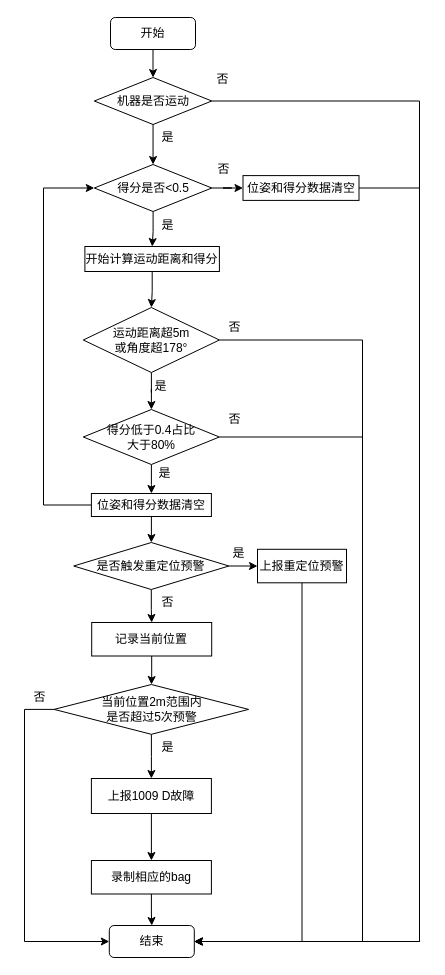
Earlier version of the draw.io diagram page "环境变化预警" (16 of 17) of localization.drawio (lyfa007/picgo). Source tidied: cells renumbered, new cells numbered last; positions are measured from the earlier drawing's top-left corner, leaving out a move shared by most shapes. Both pictures are drawn from the tidied source at 100%, with x=0, y=0 at pixel (24, 17).
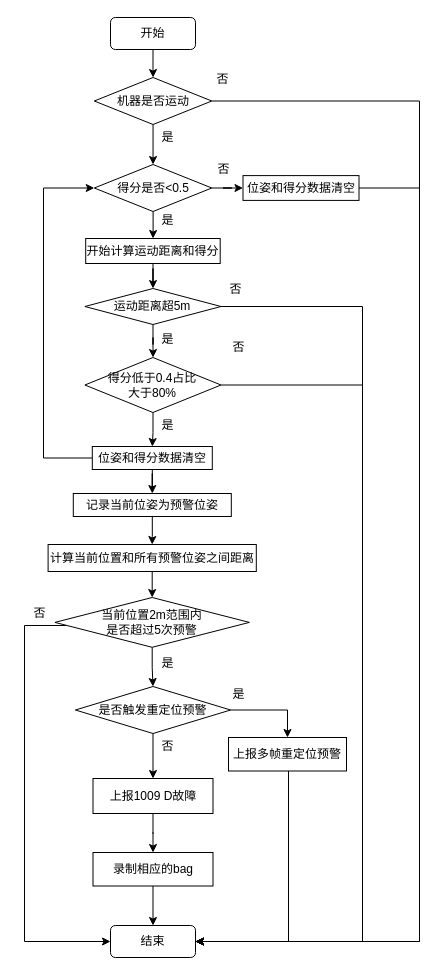
The same diagram, later.

Unchanged cells that the change refers to:
```xml
<mxCell id="15" value="得分是否&amp;lt;0.5" style="rhombus;whiteSpace=wrap;html=1;rounded=0;" parent="1" vertex="1">
  <mxGeometry x="69.8" y="147" width="117.5" height="47" as="geometry" />
</mxCell>
```

The edit, as a diff of the source:
```diff
@@
     <mxCell id="4" value="结束" style="rounded=1;whiteSpace=wrap;html=1;" parent="1" vertex="1">
-      <mxGeometry x="84.8" y="908" width="85" height="32" as="geometry" />
+      <mxGeometry x="86" y="908" width="85" height="32" as="geometry" />
     </mxCell>
@@
-    <mxCell id="10" value="记录当前位置" style="whiteSpace=wrap;html=1;rounded=0;" parent="1" vertex="1">
-      <mxGeometry x="67.2" y="605" width="120" height="33.5" as="geometry" />
+    <mxCell id="10" value="计算当前位置和所有预警位姿之间距离" style="whiteSpace=wrap;html=1;rounded=0;" parent="1" vertex="1">
+      <mxGeometry x="23.6" y="527" width="208.2" height="27" as="geometry" />
     </mxCell>
@@
     <mxCell id="12" value="录制相应的bag" style="whiteSpace=wrap;html=1;rounded=0;" parent="1" vertex="1">
-      <mxGeometry x="66.9" y="843" width="120" height="33.5" as="geometry" />
+      <mxGeometry x="68.5" y="835" width="120" height="33.5" as="geometry" />
     </mxCell>
@@
     <mxCell id="17" value="开始计算运动距离和得分" style="whiteSpace=wrap;html=1;rounded=0;" parent="1" vertex="1">
-      <mxGeometry x="60.4" y="229" width="134.5" height="25" as="geometry" />
+      <mxGeometry x="61.2" y="221" width="134.5" height="25" as="geometry" />
     </mxCell>
     <mxCell id="18" value="是" style="text;html=1;align=center;verticalAlign=middle;strokeColor=none;fillColor=none;" parent="1" vertex="1">
-      <mxGeometry x="128" y="195" width="30" height="26" as="geometry" />
+      <mxGeometry x="128" y="190" width="30" height="26" as="geometry" />
     </mxCell>
@@
+    <mxCell id="22" style="edgeStyle=orthogonalEdgeStyle;rounded=0;jettySize=auto;html=1;entryX=1;entryY=0.5;entryDx=0;entryDy=0;exitX=1;exitY=0.5;exitDx=0;exitDy=0;" parent="1" edge="1" source="23" target="4">
+      <mxGeometry relative="1" as="geometry">
+        <Array as="points">
+          <mxPoint x="338" y="289" />
+          <mxPoint x="338" y="924" />
+        </Array>
+      </mxGeometry>
+    </mxCell>
@@
-    <mxCell id="22" style="edgeStyle=orthogonalEdgeStyle;rounded=0;jettySize=auto;html=1;entryX=1;entryY=0.5;entryDx=0;entryDy=0;" parent="1" edge="1" source="23" target="4">
-      <mxGeometry relative="1" as="geometry">
-        <Array as="points">
-          <mxPoint x="338" y="323" />
-          <mxPoint x="338" y="924" />
-        </Array>
-      </mxGeometry>
-    </mxCell>
-    <mxCell id="23" value="运动距离超5m&lt;div&gt;或角度超178°&lt;/div&gt;" style="rhombus;whiteSpace=wrap;html=1;rounded=0;" parent="1" vertex="1">
-      <mxGeometry x="58.8" y="290" width="136.1" height="65" as="geometry" />
+    <mxCell id="23" value="运动距离超5m" style="rhombus;whiteSpace=wrap;html=1;rounded=0;" parent="1" vertex="1">
+      <mxGeometry x="60.4" y="271" width="136.1" height="36" as="geometry" />
     </mxCell>
-    <mxCell id="24" style="edgeStyle=orthogonalEdgeStyle;rounded=0;jettySize=auto;html=1;entryX=1;entryY=0.5;entryDx=0;entryDy=0;" parent="1" edge="1" source="26" target="4">
+    <mxCell id="24" style="edgeStyle=orthogonalEdgeStyle;rounded=0;jettySize=auto;html=1;entryX=1;entryY=0.5;entryDx=0;entryDy=0;exitX=1;exitY=0.5;exitDx=0;exitDy=0;" parent="1" edge="1" source="26" target="4">
       <mxGeometry relative="1" as="geometry">
         <Array as="points">
-          <mxPoint x="338" y="420" />
+          <mxPoint x="338" y="368" />
           <mxPoint x="338" y="924" />
         </Array>
       </mxGeometry>
     </mxCell>
@@
     <mxCell id="26" value="得分低于0.4占比&lt;div&gt;大于80%&lt;/div&gt;" style="rhombus;whiteSpace=wrap;html=1;rounded=0;" parent="1" vertex="1">
-      <mxGeometry x="58.8" y="392" width="136.1" height="55" as="geometry" />
+      <mxGeometry x="60.4" y="340" width="136.1" height="55" as="geometry" />
     </mxCell>
     <mxCell id="27" value="是" style="text;html=1;align=center;verticalAlign=middle;strokeColor=none;fillColor=none;" parent="1" vertex="1">
-      <mxGeometry x="121" y="356" width="30" height="26" as="geometry" />
+      <mxGeometry x="128" y="309" width="30" height="26" as="geometry" />
     </mxCell>
-    <mxCell id="28" style="edgeStyle=orthogonalEdgeStyle;rounded=0;jettySize=auto;html=1;entryX=0.5;entryY=0;entryDx=0;entryDy=0;" parent="1" edge="1" source="30" target="10">
-      <mxGeometry relative="1" as="geometry" />
-    </mxCell>
-    <mxCell id="29" style="edgeStyle=orthogonalEdgeStyle;rounded=0;jettySize=auto;html=1;" parent="1" edge="1" source="30" target="36">
+    <mxCell id="29" style="edgeStyle=orthogonalEdgeStyle;rounded=0;jettySize=auto;html=1;exitX=1;exitY=0.5;exitDx=0;exitDy=0;" parent="1" edge="1" source="30" target="36">
       <mxGeometry relative="1" as="geometry" />
     </mxCell>
+    <mxCell id="50" style="edgeStyle=orthogonalEdgeStyle;rounded=0;jettySize=auto;html=1;" parent="1" edge="1" source="30" target="47">
+      <mxGeometry relative="1" as="geometry" />
+    </mxCell>
     <mxCell id="30" value="是否触发重定位预警" style="rhombus;whiteSpace=wrap;html=1;rounded=0;" parent="1" vertex="1">
-      <mxGeometry x="49.2" y="525" width="155.2" height="47" as="geometry" />
+      <mxGeometry x="50.9" y="669" width="155.2" height="47" as="geometry" />
     </mxCell>
     <mxCell id="31" value="是" style="text;html=1;align=center;verticalAlign=middle;strokeColor=none;fillColor=none;" parent="1" vertex="1">
-      <mxGeometry x="125" y="443" width="30" height="26" as="geometry" />
+      <mxGeometry x="128" y="395" width="30" height="26" as="geometry" />
     </mxCell>
     <mxCell id="32" value="否" style="text;html=1;align=center;verticalAlign=middle;strokeColor=none;fillColor=none;" parent="1" vertex="1">
-      <mxGeometry x="128" y="572" width="30" height="26" as="geometry" />
+      <mxGeometry x="128" y="716" width="30" height="26" as="geometry" />
     </mxCell>
     <mxCell id="33" value="否" style="text;html=1;align=center;verticalAlign=middle;strokeColor=none;fillColor=none;" parent="1" vertex="1">
-      <mxGeometry x="194.9" y="297" width="30" height="26" as="geometry" />
+      <mxGeometry x="195.8" y="259" width="30" height="26" as="geometry" />
     </mxCell>
     <mxCell id="34" value="否" style="text;html=1;align=center;verticalAlign=middle;strokeColor=none;fillColor=none;" parent="1" vertex="1">
-      <mxGeometry x="194.9" y="389" width="30" height="26" as="geometry" />
+      <mxGeometry x="199" y="317" width="30" height="26" as="geometry" />
     </mxCell>
     <mxCell id="35" style="edgeStyle=orthogonalEdgeStyle;rounded=0;jettySize=auto;html=1;entryX=1;entryY=0.5;entryDx=0;entryDy=0;" parent="1" edge="1" source="36" target="4">
       <mxGeometry relative="1" as="geometry">
         <Array as="points">
-          <mxPoint x="278" y="924" />
+          <mxPoint x="264" y="924" />
         </Array>
       </mxGeometry>
     </mxCell>
-    <mxCell id="36" value="上报重定位预警" style="whiteSpace=wrap;html=1;rounded=0;" parent="1" vertex="1">
-      <mxGeometry x="233" y="531.8" width="89" height="33.5" as="geometry" />
+    <mxCell id="36" value="上报多帧重定位预警" style="whiteSpace=wrap;html=1;rounded=0;" parent="1" vertex="1">
+      <mxGeometry x="204" y="720" width="118" height="33.5" as="geometry" />
     </mxCell>
     <mxCell id="37" value="是" style="text;html=1;align=center;verticalAlign=middle;strokeColor=none;fillColor=none;" parent="1" vertex="1">
-      <mxGeometry x="199" y="523" width="30" height="26" as="geometry" />
+      <mxGeometry x="199" y="664" width="30" height="26" as="geometry" />
     </mxCell>
@@
-    <mxCell id="40" style="edgeStyle=orthogonalEdgeStyle;rounded=0;jettySize=auto;html=1;" parent="1" edge="1" source="42" target="30">
-      <mxGeometry relative="1" as="geometry" />
-    </mxCell>
     <mxCell id="41" style="edgeStyle=orthogonalEdgeStyle;rounded=0;jettySize=auto;html=1;entryX=0;entryY=0.5;entryDx=0;entryDy=0;" parent="1" edge="1" source="42" target="15">
       <mxGeometry relative="1" as="geometry">
         <Array as="points">
-          <mxPoint x="19" y="488" />
-          <mxPoint x="19" y="170" />
+          <mxPoint x="19" y="441" />
+          <mxPoint x="19" y="171" />
         </Array>
       </mxGeometry>
     </mxCell>
+    <mxCell id="51" style="edgeStyle=orthogonalEdgeStyle;rounded=0;jettySize=auto;html=1;" parent="1" edge="1" source="42" target="54">
+      <mxGeometry relative="1" as="geometry" />
+    </mxCell>
     <mxCell id="42" value="位姿和得分数据清空" style="whiteSpace=wrap;html=1;rounded=0;" parent="1" vertex="1">
-      <mxGeometry x="66.9" y="476" width="120" height="23" as="geometry" />
+      <mxGeometry x="67.8" y="429" width="120" height="23" as="geometry" />
     </mxCell>
-    <mxCell id="43" style="edgeStyle=orthogonalEdgeStyle;rounded=0;jettySize=auto;html=1;" parent="1" edge="1" source="45" target="47">
-      <mxGeometry relative="1" as="geometry" />
-    </mxCell>
     <mxCell id="44" style="edgeStyle=orthogonalEdgeStyle;rounded=0;jettySize=auto;html=1;entryX=0;entryY=0.5;entryDx=0;entryDy=0;" parent="1" edge="1" source="45" target="4">
       <mxGeometry relative="1" as="geometry">
         <Array as="points">
-          <mxPoint y="692" />
+          <mxPoint y="608" />
           <mxPoint y="924" />
         </Array>
       </mxGeometry>
     </mxCell>
+    <mxCell id="52" style="edgeStyle=orthogonalEdgeStyle;rounded=0;jettySize=auto;html=1;" parent="1" edge="1" source="45" target="30">
+      <mxGeometry relative="1" as="geometry" />
+    </mxCell>
     <mxCell id="45" value="当前位置2m范围内&lt;div&gt;是否超过&lt;span style=&quot;background-color: initial;&quot;&gt;5次预警&lt;/span&gt;&lt;/div&gt;" style="rhombus;whiteSpace=wrap;html=1;rounded=0;" parent="1" vertex="1">
-      <mxGeometry x="29.6" y="667" width="194.5" height="49.8" as="geometry" />
+      <mxGeometry x="30.4" y="580" width="194.5" height="49.8" as="geometry" />
     </mxCell>
@@
     <mxCell id="47" value="上报1009 D故障" style="whiteSpace=wrap;html=1;rounded=0;" parent="1" vertex="1">
-      <mxGeometry x="66.9" y="761" width="120" height="35" as="geometry" />
+      <mxGeometry x="68.5" y="761" width="120" height="35" as="geometry" />
     </mxCell>
     <mxCell id="48" value="是" style="text;html=1;align=center;verticalAlign=middle;strokeColor=none;fillColor=none;" parent="1" vertex="1">
-      <mxGeometry x="128" y="716.8" width="30" height="26" as="geometry" />
+      <mxGeometry x="128" y="632.8" width="30" height="26" as="geometry" />
     </mxCell>
     <mxCell id="49" value="否" style="text;html=1;align=center;verticalAlign=middle;strokeColor=none;fillColor=none;" parent="1" vertex="1">
-      <mxGeometry x="-0.4" y="667" width="30" height="26" as="geometry" />
+      <mxGeometry x="0.4" y="583" width="30" height="26" as="geometry" />
     </mxCell>
+    <mxCell id="53" style="edgeStyle=orthogonalEdgeStyle;rounded=0;jettySize=auto;html=1;entryX=0.5;entryY=0;entryDx=0;entryDy=0;" parent="1" edge="1" source="54" target="10">
+      <mxGeometry relative="1" as="geometry" />
+    </mxCell>
+    <mxCell id="54" value="记录当前位姿为预警位姿" style="whiteSpace=wrap;html=1;rounded=0;" parent="1" vertex="1">
+      <mxGeometry x="48.8" y="476" width="158" height="23" as="geometry" />
+    </mxCell>
```
